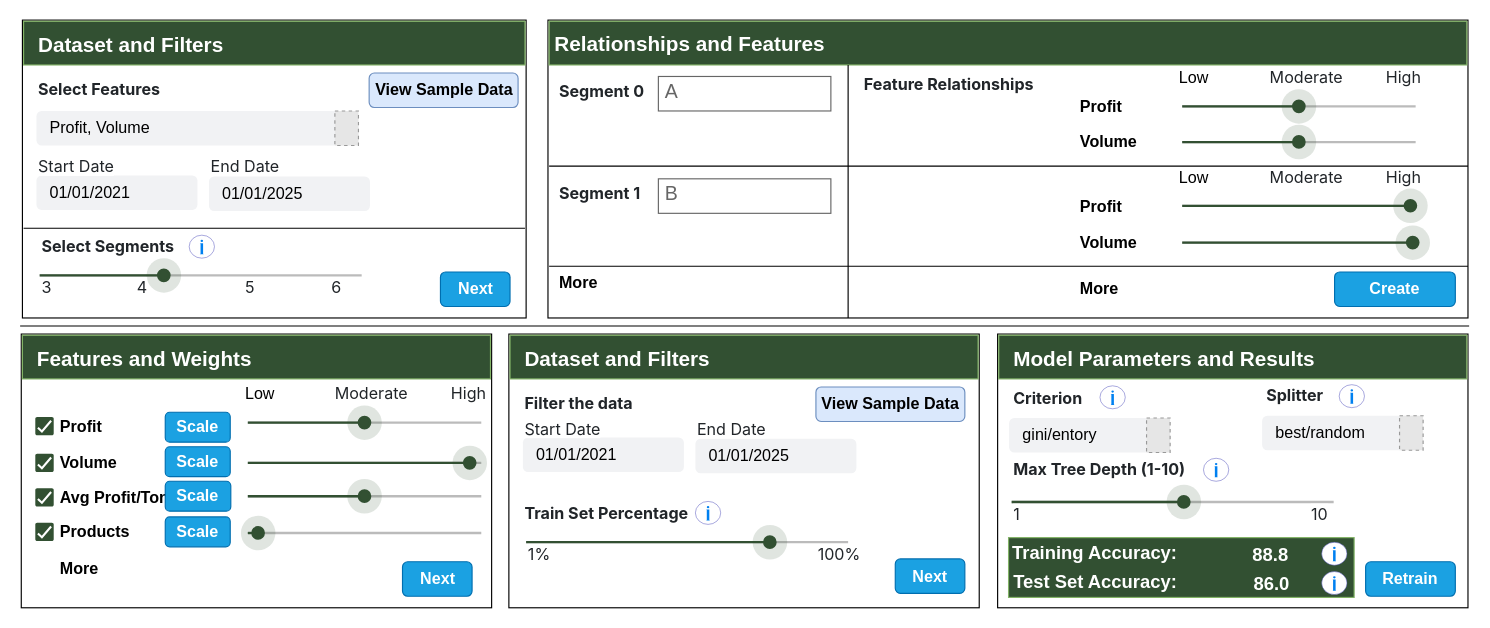
This is page "Page-1" (1 of 2) of ext/iui_interface_02.drawio from raeeschaudhary/Coursera_Exams, a draw.io file, before an edit. Source tidied: cells renumbered, new cells numbered last; positions are measured from the earlier drawing's top-left corner, leaving out a move shared by most shapes. Both pictures are drawn from the tidied source at 115%, with x=0, y=0 at pixel (20, 20). Pictures stored in the file or linked from it are replaced by grey dashed boxes.
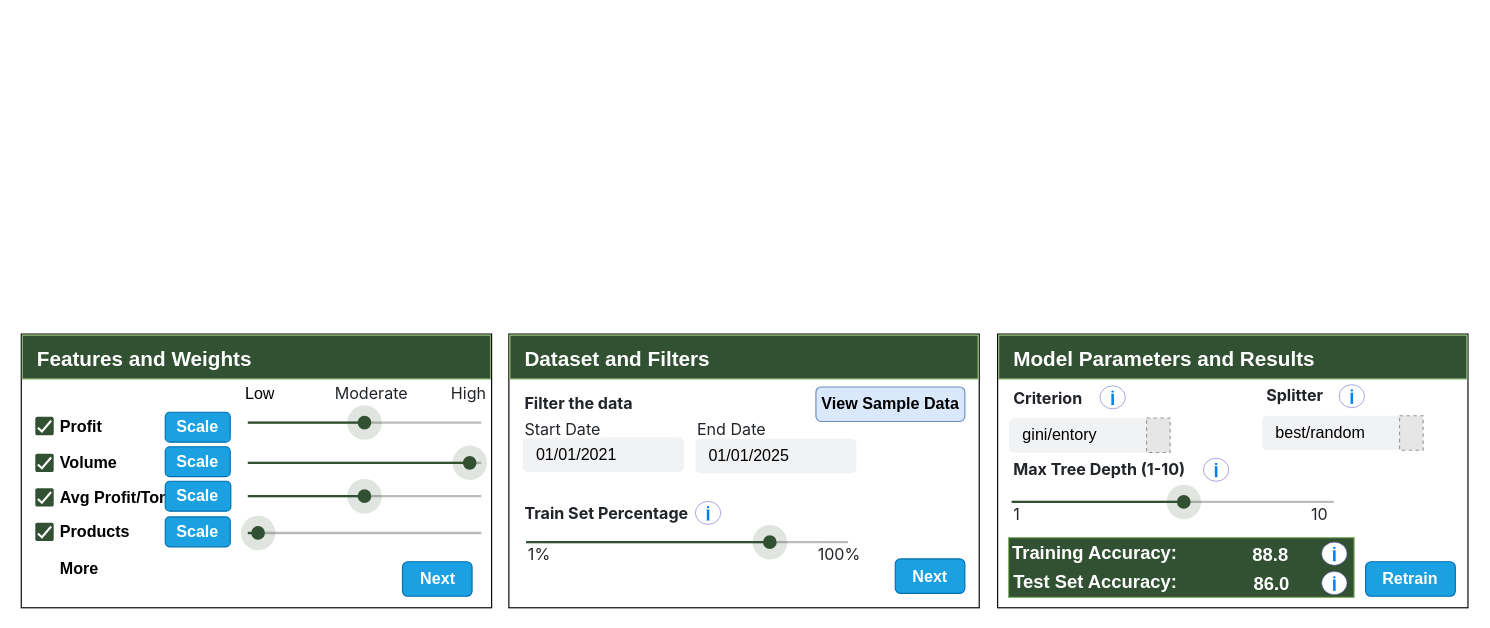
Above is the later version.

Change to the diagram source:
```diff
@@
-    <mxCell id="2" style="rounded=0;whiteSpace=wrap;html=1;fillColor=none;fontFamily=corbel;" parent="1" vertex="1">
-      <mxGeometry x="459" width="800" height="259" as="geometry" />
-    </mxCell>
@@
-    <mxCell id="70" style="rounded=0;whiteSpace=wrap;html=1;fillColor=none;fontFamily=corbel;" parent="1" vertex="1">
-      <mxGeometry x="2" width="438" height="259" as="geometry" />
-    </mxCell>
-    <mxCell id="71" style="rounded=0;whiteSpace=wrap;html=1;fillColor=light-dark(#325032, #1f2f1e);fillStyle=solid;strokeColor=#82b366;fontFamily=corbel;labelBorderColor=none;" parent="1" vertex="1">
-      <mxGeometry x="3" y="1" width="436" height="38" as="geometry" />
-    </mxCell>
-    <mxCell id="72" value="&lt;font face=&quot;Helvetica&quot;&gt;Dataset and Filters&lt;/font&gt;" style="text;html=1;align=left;verticalAlign=middle;whiteSpace=wrap;rounded=0;fontColor=#FFFFFF;fontStyle=1;fontSize=18;fontFamily=corbel;" parent="1" vertex="1">
-      <mxGeometry x="14.2" y="12" width="300" height="20" as="geometry" />
-    </mxCell>
-    <mxCell id="73" value="&lt;font face=&quot;-apple-system, BlinkMacSystemFont, Segoe UI, Roboto, Helvetica, Arial, sans-serif, Apple Color Emoji, Segoe UI Emoji&quot; color=&quot;#212529&quot;&gt;&lt;span style=&quot;background-color: rgb(255, 255, 255);&quot;&gt;Select Features&lt;/span&gt;&lt;/font&gt;" style="text;html=1;align=left;verticalAlign=middle;whiteSpace=wrap;rounded=0;fontSize=14;fontFamily=corbel;fontStyle=1;" parent="1" vertex="1">
-      <mxGeometry x="14.2" y="51" width="205.8" height="20" as="geometry" />
-    </mxCell>
-    <mxCell id="74" style="group;fontColor=light-dark(#000000,#010101);fontFamily=corbel;fontSize=16;" parent="1" vertex="1">
-      <mxGeometry x="14.2" y="135" width="140" height="31" as="geometry" />
-    </mxCell>
-    <mxCell id="75" value="01/01/2021" style="rounded=1;fillColor=light-dark(#F1F2F4,#FFFFFF);strokeColor=none;html=1;whiteSpace=wrap;fontColor=light-dark(#000000,#000000);align=left;fontSize=14;spacingLeft=10;sketch=0;fillStyle=solid;fontFamily=corbel;" parent="74" vertex="1">
-      <mxGeometry width="140" height="30" as="geometry" />
-    </mxCell>
-    <mxCell id="76" style="group;fontColor=light-dark(#000000,#010101);fontFamily=corbel;fontSize=16;" parent="1" vertex="1">
-      <mxGeometry x="164.2" y="136" width="140" height="31" as="geometry" />
-    </mxCell>
-    <mxCell id="77" value="01/01/2025" style="rounded=1;fillColor=light-dark(#F1F2F4,#FFFFFF);strokeColor=none;html=1;whiteSpace=wrap;fontColor=light-dark(#000000,#000000);align=left;fontSize=14;spacingLeft=10;sketch=0;fillStyle=solid;fontFamily=corbel;" parent="76" vertex="1">
-      <mxGeometry width="140" height="30" as="geometry" />
-    </mxCell>
-    <mxCell id="78" value="&lt;span style=&quot;color: rgb(33, 37, 41); font-family: -apple-system, BlinkMacSystemFont, &amp;quot;Segoe UI&amp;quot;, Roboto, Helvetica, Arial, sans-serif, &amp;quot;Apple Color Emoji&amp;quot;, &amp;quot;Segoe UI Emoji&amp;quot;; background-color: rgb(255, 255, 255);&quot;&gt;End Date&lt;/span&gt;" style="text;html=1;align=left;verticalAlign=middle;whiteSpace=wrap;rounded=0;fontSize=14;fontFamily=corbel;fontStyle=0;" parent="1" vertex="1">
-      <mxGeometry x="164.2" y="118" width="140" height="20" as="geometry" />
-    </mxCell>
-    <mxCell id="79" value="&lt;span style=&quot;color: rgb(33, 37, 41); font-family: -apple-system, BlinkMacSystemFont, &amp;quot;Segoe UI&amp;quot;, Roboto, Helvetica, Arial, sans-serif, &amp;quot;Apple Color Emoji&amp;quot;, &amp;quot;Segoe UI Emoji&amp;quot;; background-color: rgb(255, 255, 255);&quot;&gt;Start Date&lt;/span&gt;" style="text;html=1;align=left;verticalAlign=middle;whiteSpace=wrap;rounded=0;fontSize=14;fontFamily=corbel;fontStyle=0;" parent="1" vertex="1">
-      <mxGeometry x="14.2" y="118" width="140" height="20" as="geometry" />
-    </mxCell>
-    <mxCell id="80" value="&lt;font face=&quot;-apple-system, BlinkMacSystemFont, Segoe UI, Roboto, Helvetica, Arial, sans-serif, Apple Color Emoji, Segoe UI Emoji&quot; color=&quot;#212529&quot;&gt;&lt;span style=&quot;background-color: rgb(255, 255, 255);&quot;&gt;Select Segments&lt;/span&gt;&lt;/font&gt;" style="text;html=1;align=left;verticalAlign=middle;whiteSpace=wrap;rounded=0;fontSize=14;fontFamily=corbel;fontStyle=1;" parent="1" vertex="1">
-      <mxGeometry x="17" y="187" width="360" height="20" as="geometry" />
-    </mxCell>
-    <mxCell id="81" style="dashed=0;verticalLabelPosition=bottom;verticalAlign=top;align=center;shape=mxgraph.gmdl.sliderFocused;barPos=38.57;strokeColor=light-dark(#325032, #91a1f7);opacity=100;strokeWidth=2;fillColor=light-dark(#325032, #91a1f7);handleSize=30;shadow=0;html=1;" parent="1" vertex="1">
-      <mxGeometry x="17" y="207" width="280" height="30" as="geometry" />
-    </mxCell>
-    <mxCell id="82" value="&lt;span style=&quot;color: rgb(33, 37, 41); font-family: -apple-system, BlinkMacSystemFont, &amp;quot;Segoe UI&amp;quot;, Roboto, Helvetica, Arial, sans-serif, &amp;quot;Apple Color Emoji&amp;quot;, &amp;quot;Segoe UI Emoji&amp;quot;; background-color: rgb(255, 255, 255);&quot;&gt;6&lt;/span&gt;" style="text;html=1;align=left;verticalAlign=middle;whiteSpace=wrap;rounded=0;fontSize=14;fontFamily=corbel;fontStyle=0;" parent="1" vertex="1">
-      <mxGeometry x="269" y="223" width="20" height="20" as="geometry" />
-    </mxCell>
-    <mxCell id="83" value="&lt;font face=&quot;-apple-system, BlinkMacSystemFont, Segoe UI, Roboto, Helvetica, Arial, sans-serif, Apple Color Emoji, Segoe UI Emoji&quot; color=&quot;#212529&quot;&gt;&lt;span style=&quot;background-color: rgb(255, 255, 255);&quot;&gt;3&lt;/span&gt;&lt;/font&gt;" style="text;html=1;align=left;verticalAlign=middle;whiteSpace=wrap;rounded=0;fontSize=14;fontFamily=corbel;fontStyle=0;" parent="1" vertex="1">
-      <mxGeometry x="17" y="223" width="20" height="20" as="geometry" />
-    </mxCell>
-    <mxCell id="84" value="View Sample Data" style="rounded=1;fillColor=#dae8fc;align=center;strokeColor=#6c8ebf;html=1;whiteSpace=wrap;fontSize=14;sketch=0;fontStyle=1;fontFamily=corbel;" parent="1" vertex="1">
-      <mxGeometry x="303.5" y="46" width="129.5" height="30" as="geometry" />
-    </mxCell>
-    <mxCell id="85" style="html=1;verticalLabelPosition=bottom;labelBackgroundColor=#ffffff;verticalAlign=top;shadow=0;dashed=0;strokeWidth=2;shape=mxgraph.ios7.misc.info;strokeColor=#4242B6;sketch=0;" parent="1" vertex="1">
-      <mxGeometry x="147" y="187" width="22" height="20" as="geometry" />
-    </mxCell>
-    <mxCell id="86" value="Next" style="rounded=1;fillColor=#1ba1e2;align=center;strokeColor=#006EAF;html=1;whiteSpace=wrap;fontSize=14;sketch=0;fontStyle=1;fontFamily=corbel;fontColor=#ffffff;" parent="1" vertex="1">
-      <mxGeometry x="365.5" y="219" width="60.5" height="30" as="geometry" />
-    </mxCell>
-    <mxCell id="87" value="&lt;font face=&quot;-apple-system, BlinkMacSystemFont, Segoe UI, Roboto, Helvetica, Arial, sans-serif, Apple Color Emoji, Segoe UI Emoji&quot; color=&quot;#212529&quot;&gt;&lt;span style=&quot;background-color: rgb(255, 255, 255);&quot;&gt;4&lt;/span&gt;&lt;/font&gt;" style="text;html=1;align=left;verticalAlign=middle;whiteSpace=wrap;rounded=0;fontSize=14;fontFamily=corbel;fontStyle=0;" parent="1" vertex="1">
-      <mxGeometry x="100" y="223" width="20" height="20" as="geometry" />
-    </mxCell>
-    <mxCell id="88" value="&lt;font face=&quot;-apple-system, BlinkMacSystemFont, Segoe UI, Roboto, Helvetica, Arial, sans-serif, Apple Color Emoji, Segoe UI Emoji&quot; color=&quot;#212529&quot;&gt;&lt;span style=&quot;background-color: rgb(255, 255, 255);&quot;&gt;5&lt;/span&gt;&lt;/font&gt;" style="text;html=1;align=left;verticalAlign=middle;whiteSpace=wrap;rounded=0;fontSize=14;fontFamily=corbel;fontStyle=0;" parent="1" vertex="1">
-      <mxGeometry x="193.5" y="223" width="20" height="20" as="geometry" />
-    </mxCell>
-    <mxCell id="89" style="dashed=0;verticalLabelPosition=bottom;verticalAlign=top;align=center;shape=mxgraph.gmdl.sliderFocused;barPos=50;strokeColor=light-dark(#325032, #91a1f7);opacity=100;strokeWidth=2;fillColor=light-dark(#325032, #91a1f7);handleSize=30;shadow=0;html=1;" parent="1" vertex="1">
-      <mxGeometry x="1010.5" y="60" width="203" height="30" as="geometry" />
-    </mxCell>
-    <mxCell id="90" value="&lt;span style=&quot;color: rgb(33, 37, 41); font-family: -apple-system, BlinkMacSystemFont, &amp;quot;Segoe UI&amp;quot;, Roboto, Helvetica, Arial, sans-serif, &amp;quot;Apple Color Emoji&amp;quot;, &amp;quot;Segoe UI Emoji&amp;quot;; background-color: rgb(255, 255, 255);&quot;&gt;Moderate&lt;/span&gt;" style="text;html=1;align=left;verticalAlign=middle;whiteSpace=wrap;rounded=0;fontSize=14;fontFamily=corbel;fontStyle=0;" parent="1" vertex="1">
-      <mxGeometry x="1084.5" y="40" width="20" height="20" as="geometry" />
-    </mxCell>
-    <mxCell id="91" value="&lt;span style=&quot;color: rgb(33, 37, 41); font-family: -apple-system, BlinkMacSystemFont, &amp;quot;Segoe UI&amp;quot;, Roboto, Helvetica, Arial, sans-serif, &amp;quot;Apple Color Emoji&amp;quot;, &amp;quot;Segoe UI Emoji&amp;quot;; background-color: rgb(255, 255, 255);&quot;&gt;High&lt;/span&gt;" style="text;html=1;align=left;verticalAlign=middle;whiteSpace=wrap;rounded=0;fontSize=14;fontFamily=corbel;fontStyle=0;" parent="1" vertex="1">
-      <mxGeometry x="1185.5" y="40" width="20" height="20" as="geometry" />
-    </mxCell>
-    <mxCell id="92" value="Low" style="text;html=1;align=left;verticalAlign=middle;whiteSpace=wrap;rounded=0;fontSize=14;fontFamily=corbel;fontStyle=0;" parent="1" vertex="1">
-      <mxGeometry x="1006" y="40" width="20" height="20" as="geometry" />
-    </mxCell>
-    <mxCell id="93" style="rounded=0;whiteSpace=wrap;html=1;fillColor=light-dark(#325032, #1f2f1e);fillStyle=solid;strokeColor=#82b366;fontFamily=corbel;labelBorderColor=none;" parent="1" vertex="1">
-      <mxGeometry x="460" y="1" width="798" height="38" as="geometry" />
-    </mxCell>
-    <mxCell id="94" value="&lt;font face=&quot;Helvetica&quot;&gt;Relationships and Features&lt;/font&gt;" style="text;html=1;align=left;verticalAlign=middle;whiteSpace=wrap;rounded=0;fontColor=#FFFFFF;fontStyle=1;fontSize=18;fontFamily=corbel;" parent="1" vertex="1">
-      <mxGeometry x="463" y="11" width="300" height="20" as="geometry" />
-    </mxCell>
-    <mxCell id="95" value="&lt;font face=&quot;-apple-system, BlinkMacSystemFont, Segoe UI, Roboto, Helvetica, Arial, sans-serif, Apple Color Emoji, Segoe UI Emoji&quot; color=&quot;#212529&quot;&gt;&lt;span style=&quot;background-color: rgb(255, 255, 255);&quot;&gt;Segment 0&lt;/span&gt;&lt;/font&gt;" style="text;html=1;align=left;verticalAlign=middle;whiteSpace=wrap;rounded=0;fontSize=14;fontFamily=corbel;fontStyle=1;" parent="1" vertex="1">
-      <mxGeometry x="467.2" y="52" width="127.8" height="20" as="geometry" />
-    </mxCell>
-    <mxCell id="96" value="A" style="strokeWidth=1;shadow=0;dashed=0;align=center;html=1;shape=mxgraph.mockup.text.textBox;fontColor=#666666;align=left;fontSize=17;spacingLeft=4;spacingTop=-3;whiteSpace=wrap;strokeColor=#666666;mainText=;" parent="1" vertex="1">
-      <mxGeometry x="555" y="49" width="150" height="30" as="geometry" />
-    </mxCell>
-    <mxCell id="97" value="&lt;font face=&quot;-apple-system, BlinkMacSystemFont, Segoe UI, Roboto, Helvetica, Arial, sans-serif, Apple Color Emoji, Segoe UI Emoji&quot; color=&quot;#212529&quot;&gt;&lt;span style=&quot;background-color: rgb(255, 255, 255);&quot;&gt;Feature Relationships&lt;/span&gt;&lt;/font&gt;" style="text;html=1;align=left;verticalAlign=middle;whiteSpace=wrap;rounded=0;fontSize=14;fontFamily=corbel;fontStyle=1;" parent="1" vertex="1">
-      <mxGeometry x="732.2" y="46" width="157.8" height="20" as="geometry" />
-    </mxCell>
-    <mxCell id="98" value="Profit" style="text;html=1;align=left;verticalAlign=middle;whiteSpace=wrap;rounded=0;fontStyle=1;fontColor=light-dark(#000000,#000000);fontFamily=corbel;fontSize=14;" parent="1" vertex="1">
-      <mxGeometry x="920" y="60" width="70" height="30" as="geometry" />
-    </mxCell>
-    <mxCell id="99" style="dashed=0;verticalLabelPosition=bottom;verticalAlign=top;align=center;shape=mxgraph.gmdl.sliderFocused;barPos=50;strokeColor=light-dark(#325032, #91a1f7);opacity=100;strokeWidth=2;fillColor=light-dark(#325032, #91a1f7);handleSize=30;shadow=0;html=1;" parent="1" vertex="1">
-      <mxGeometry x="1010.5" y="91" width="203" height="30" as="geometry" />
-    </mxCell>
-    <mxCell id="100" value="Volume" style="text;html=1;align=left;verticalAlign=middle;whiteSpace=wrap;rounded=0;fontStyle=1;fontColor=light-dark(#000000,#000000);fontFamily=corbel;fontSize=14;" parent="1" vertex="1">
-      <mxGeometry x="920" y="91" width="70" height="30" as="geometry" />
-    </mxCell>
-    <mxCell id="101" value="More" style="text;html=1;align=left;verticalAlign=middle;whiteSpace=wrap;rounded=0;fontStyle=1;fontColor=light-dark(#000000,#000000);fontFamily=corbel;fontSize=14;" parent="1" vertex="1">
-      <mxGeometry x="920" y="219" width="70" height="30" as="geometry" />
-    </mxCell>
-    <mxCell id="102" value="&lt;font face=&quot;-apple-system, BlinkMacSystemFont, Segoe UI, Roboto, Helvetica, Arial, sans-serif, Apple Color Emoji, Segoe UI Emoji&quot; color=&quot;#212529&quot;&gt;&lt;span style=&quot;background-color: rgb(255, 255, 255);&quot;&gt;Segment 1&lt;/span&gt;&lt;/font&gt;" style="text;html=1;align=left;verticalAlign=middle;whiteSpace=wrap;rounded=0;fontSize=14;fontFamily=corbel;fontStyle=1;" parent="1" vertex="1">
-      <mxGeometry x="467.2" y="141" width="127.8" height="20" as="geometry" />
-    </mxCell>
-    <mxCell id="103" value="B" style="strokeWidth=1;shadow=0;dashed=0;align=center;html=1;shape=mxgraph.mockup.text.textBox;fontColor=#666666;align=left;fontSize=17;spacingLeft=4;spacingTop=-3;whiteSpace=wrap;strokeColor=#666666;mainText=;" parent="1" vertex="1">
-      <mxGeometry x="555" y="138" width="150" height="30" as="geometry" />
-    </mxCell>
-    <mxCell id="104" value="More" style="text;html=1;align=left;verticalAlign=middle;whiteSpace=wrap;rounded=0;fontStyle=1;fontColor=light-dark(#000000,#000000);fontFamily=corbel;fontSize=14;" parent="1" vertex="1">
-      <mxGeometry x="467.2" y="213" width="70" height="30" as="geometry" />
-    </mxCell>
-    <mxCell id="105" style="group;fontColor=light-dark(#000000,#010101);fontFamily=corbel;fontSize=16;" parent="1" vertex="1">
-      <mxGeometry x="14.2" y="79" width="280" height="31" as="geometry" />
-    </mxCell>
-    <mxCell id="106" value="Profit, Volume" style="rounded=1;fillColor=light-dark(#F1F2F4,#FFFFFF);strokeColor=none;html=1;whiteSpace=wrap;fontColor=light-dark(#000000,#000000);align=left;fontSize=14;spacingLeft=10;sketch=0;fillStyle=solid;fontFamily=corbel;" parent="105" vertex="1">
-      <mxGeometry width="280" height="30" as="geometry" />
-    </mxCell>
-    <mxCell id="107" style="fillColor=#E6E6E6;strokeColor=#999999;dashed=1;verticalLabelPosition=bottom;labelBackgroundColor=default;verticalAlign=top;fontFamily=corbel;" parent="105" vertex="1">
-      <mxGeometry x="259.5" width="20.5" height="30" as="geometry" />
-    </mxCell>
-    <mxCell id="108" style="endArrow=none;html=1;rounded=0;" parent="1" edge="1">
-      <mxGeometry relative="1" as="geometry">
-        <mxPoint x="720" y="39" as="sourcePoint" />
-        <mxPoint x="720" y="259" as="targetPoint" />
-      </mxGeometry>
-    </mxCell>
-    <mxCell id="109" style="dashed=0;verticalLabelPosition=bottom;verticalAlign=top;align=center;shape=mxgraph.gmdl.sliderFocused;barPos=97.78;strokeColor=light-dark(#325032, #91a1f7);opacity=100;strokeWidth=2;fillColor=light-dark(#325032, #91a1f7);handleSize=30;shadow=0;html=1;" parent="1" vertex="1">
-      <mxGeometry x="1010.5" y="146.5" width="203" height="30" as="geometry" />
-    </mxCell>
-    <mxCell id="110" value="&lt;span style=&quot;color: rgb(33, 37, 41); font-family: -apple-system, BlinkMacSystemFont, &amp;quot;Segoe UI&amp;quot;, Roboto, Helvetica, Arial, sans-serif, &amp;quot;Apple Color Emoji&amp;quot;, &amp;quot;Segoe UI Emoji&amp;quot;; background-color: rgb(255, 255, 255);&quot;&gt;Moderate&lt;/span&gt;" style="text;html=1;align=left;verticalAlign=middle;whiteSpace=wrap;rounded=0;fontSize=14;fontFamily=corbel;fontStyle=0;" parent="1" vertex="1">
-      <mxGeometry x="1084.5" y="126.5" width="20" height="20" as="geometry" />
-    </mxCell>
-    <mxCell id="111" value="&lt;span style=&quot;color: rgb(33, 37, 41); font-family: -apple-system, BlinkMacSystemFont, &amp;quot;Segoe UI&amp;quot;, Roboto, Helvetica, Arial, sans-serif, &amp;quot;Apple Color Emoji&amp;quot;, &amp;quot;Segoe UI Emoji&amp;quot;; background-color: rgb(255, 255, 255);&quot;&gt;High&lt;/span&gt;" style="text;html=1;align=left;verticalAlign=middle;whiteSpace=wrap;rounded=0;fontSize=14;fontFamily=corbel;fontStyle=0;" parent="1" vertex="1">
-      <mxGeometry x="1185.5" y="126.5" width="20" height="20" as="geometry" />
-    </mxCell>
-    <mxCell id="112" value="Low" style="text;html=1;align=left;verticalAlign=middle;whiteSpace=wrap;rounded=0;fontSize=14;fontFamily=corbel;fontStyle=0;" parent="1" vertex="1">
-      <mxGeometry x="1006" y="126.5" width="20" height="20" as="geometry" />
-    </mxCell>
-    <mxCell id="113" value="Profit" style="text;html=1;align=left;verticalAlign=middle;whiteSpace=wrap;rounded=0;fontStyle=1;fontColor=light-dark(#000000,#000000);fontFamily=corbel;fontSize=14;" parent="1" vertex="1">
-      <mxGeometry x="920" y="146.5" width="70" height="30" as="geometry" />
-    </mxCell>
-    <mxCell id="114" style="dashed=0;verticalLabelPosition=bottom;verticalAlign=top;align=center;shape=mxgraph.gmdl.sliderFocused;barPos=98.77;strokeColor=light-dark(#325032, #91a1f7);opacity=100;strokeWidth=2;fillColor=light-dark(#325032, #91a1f7);handleSize=30;shadow=0;html=1;" parent="1" vertex="1">
-      <mxGeometry x="1010.5" y="178.5" width="203" height="30" as="geometry" />
-    </mxCell>
-    <mxCell id="115" value="Volume" style="text;html=1;align=left;verticalAlign=middle;whiteSpace=wrap;rounded=0;fontStyle=1;fontColor=light-dark(#000000,#000000);fontFamily=corbel;fontSize=14;" parent="1" vertex="1">
-      <mxGeometry x="920" y="178.5" width="70" height="30" as="geometry" />
-    </mxCell>
-    <mxCell id="116" style="endArrow=none;html=1;rounded=0;" parent="1" edge="1">
-      <mxGeometry relative="1" as="geometry">
-        <mxPoint x="460" y="127" as="sourcePoint" />
-        <mxPoint x="1259" y="127" as="targetPoint" />
-      </mxGeometry>
-    </mxCell>
-    <mxCell id="117" style="endArrow=none;html=1;rounded=0;" parent="1" edge="1">
-      <mxGeometry relative="1" as="geometry">
-        <mxPoint x="460" y="214" as="sourcePoint" />
-        <mxPoint x="1259" y="214" as="targetPoint" />
-      </mxGeometry>
-    </mxCell>
-    <mxCell id="118" value="Create" style="rounded=1;fillColor=#1ba1e2;align=center;strokeColor=#006EAF;html=1;whiteSpace=wrap;fontSize=14;sketch=0;fontStyle=1;fontFamily=corbel;fontColor=#ffffff;" parent="1" vertex="1">
-      <mxGeometry x="1143" y="219" width="105" height="30" as="geometry" />
-    </mxCell>
-    <mxCell id="119" style="endArrow=none;html=1;rounded=0;" parent="1" edge="1">
-      <mxGeometry relative="1" as="geometry">
-        <mxPoint x="3" y="181" as="sourcePoint" />
-        <mxPoint x="439" y="181" as="targetPoint" />
-      </mxGeometry>
-    </mxCell>
-    <mxCell id="120" style="endArrow=none;html=1;rounded=0;" parent="1" edge="1">
-      <mxGeometry relative="1" as="geometry">
-        <mxPoint y="266" as="sourcePoint" />
-        <mxPoint x="1260" y="266" as="targetPoint" />
-      </mxGeometry>
-    </mxCell>
```
